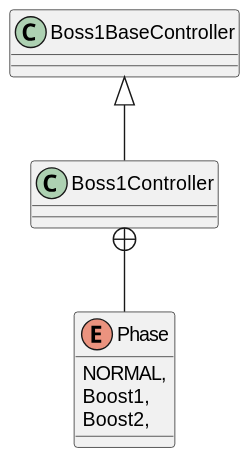
KawinM23/TakeControl keeps this PlantUML diagram as UML/Controllers/AIController/Boss/1/Boss1Controller.svg. Above is the earlier version. Its diagram source:
```plantuml
@startuml
class Boss1Controller {
}
enum Phase {
    NORMAL,
    Boost1,
    Boost2,
}
Boss1BaseController <|-- Boss1Controller
Boss1Controller +-- Phase
@enduml
```
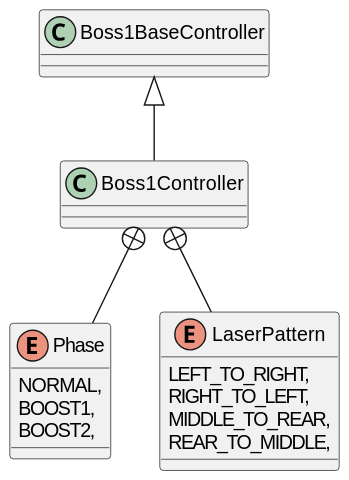
The same diagram one commit later.

Change to the diagram source:
```diff
@@ -3,9 +3,16 @@
 }
 enum Phase {
     NORMAL,
-    Boost1,
-    Boost2,
+    BOOST1,
+    BOOST2,
+}
+enum LaserPattern {
+    LEFT_TO_RIGHT,
+    RIGHT_TO_LEFT,
+    MIDDLE_TO_REAR,
+    REAR_TO_MIDDLE,
 }
 Boss1BaseController <|-- Boss1Controller
 Boss1Controller +-- Phase
+Boss1Controller +-- LaserPattern
 @enduml
```
